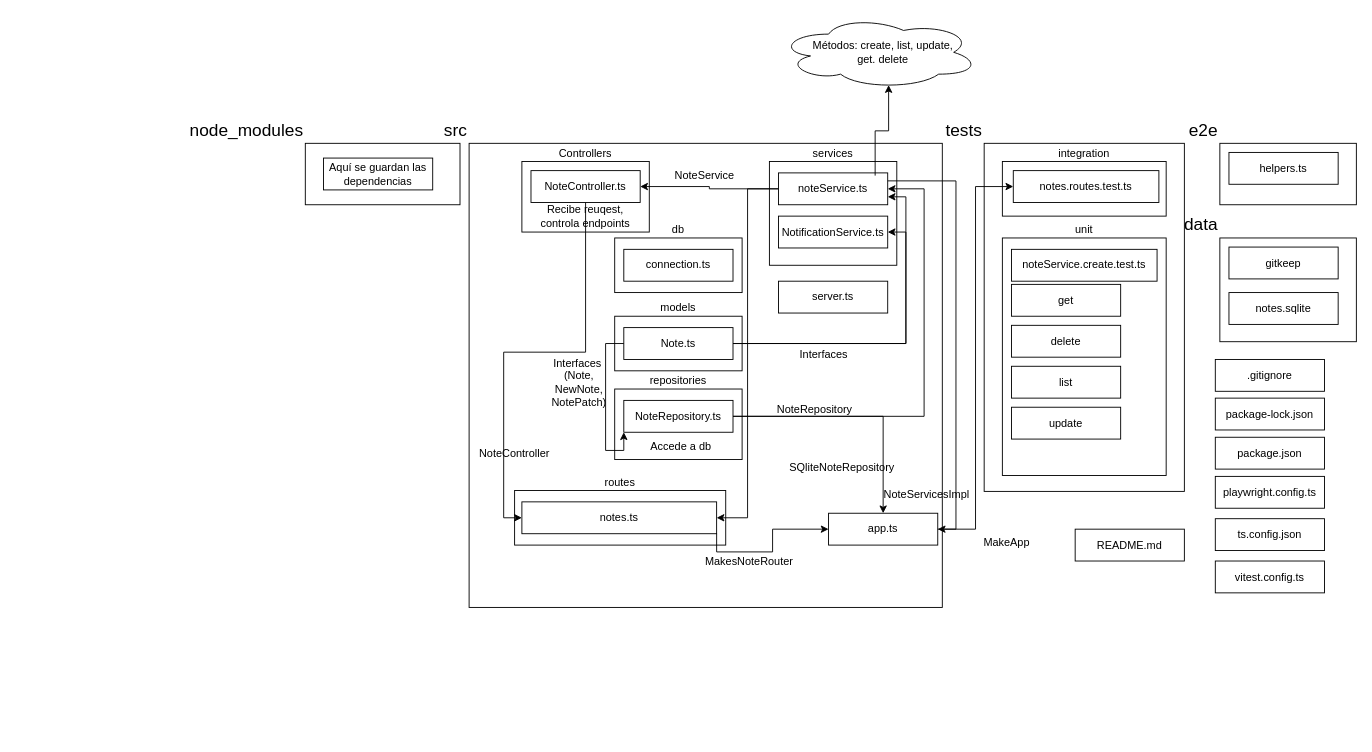
Above: TP2-ProgIV.drawio in Matiaslegon/diagramas-TUP (draw.io), before the change. Source tidied: cells renumbered, new cells numbered last; positions are measured from the earlier drawing's top-left corner, leaving out a move shared by most shapes. Both pictures are drawn from the tidied source at 91%, with x=0, y=0 at pixel (305, 15).
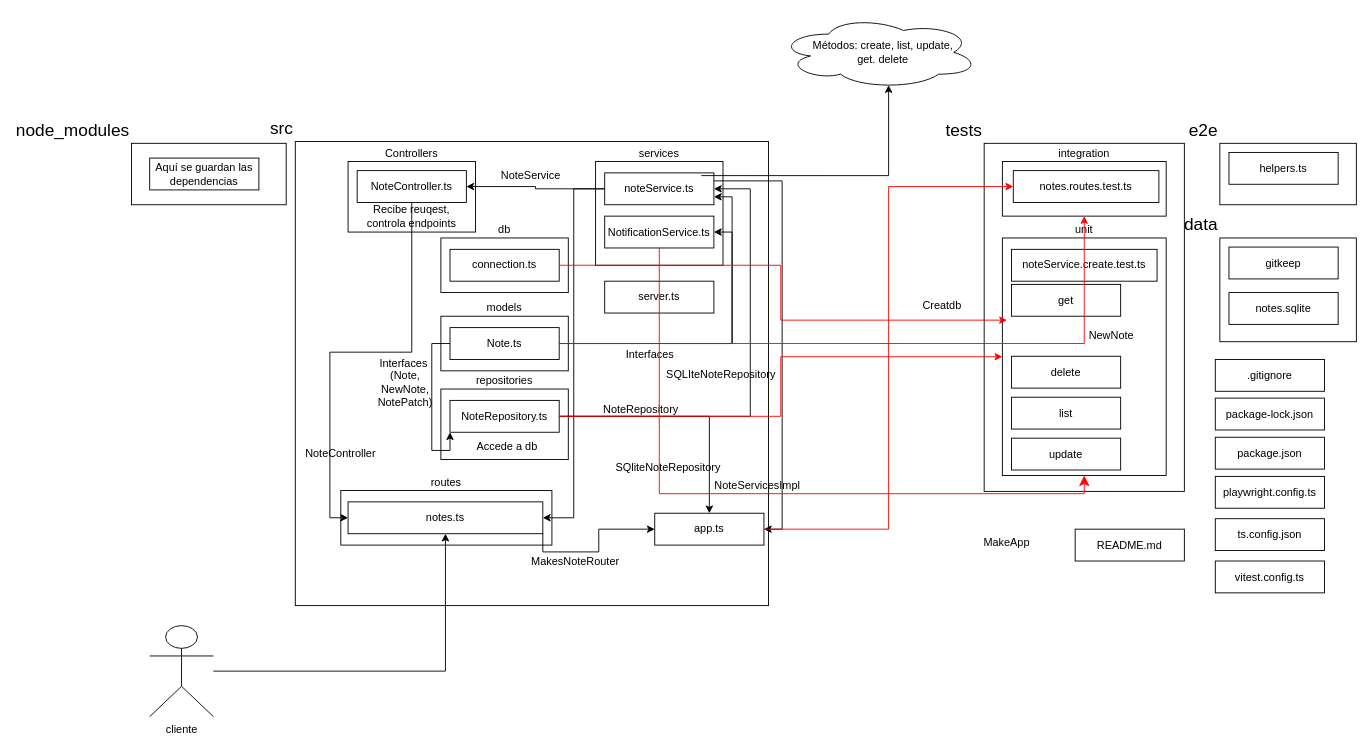
After the change.

The change refers to these unchanged cells:
```xml
<mxCell id="20" value="integration" style="rounded=0;whiteSpace=wrap;html=1;labelPosition=center;verticalLabelPosition=top;align=center;verticalAlign=bottom;" parent="1" vertex="1">
  <mxGeometry x="766" y="160" width="180" height="60" as="geometry" />
</mxCell>
<mxCell id="21" value="notes.routes.test.ts" style="rounded=0;whiteSpace=wrap;html=1;" parent="1" vertex="1">
  <mxGeometry x="778" y="170" width="160" height="35" as="geometry" />
</mxCell>
<mxCell id="22" value="unit" style="rounded=0;whiteSpace=wrap;html=1;labelPosition=center;verticalLabelPosition=top;align=center;verticalAlign=bottom;" parent="1" vertex="1">
  <mxGeometry x="766" y="244" width="180" height="261" as="geometry" />
</mxCell>
```

The edit, as a diff of the source:
```diff
@@
     <mxCell id="2" value="src" style="rounded=0;whiteSpace=wrap;html=1;align=right;labelPosition=left;verticalLabelPosition=top;verticalAlign=bottom;fontSize=19;" parent="1" vertex="1">
-      <mxGeometry x="180" y="140" width="520" height="510" as="geometry" />
+      <mxGeometry x="-11" y="138" width="520" height="510" as="geometry" />
     </mxCell>
     <mxCell id="3" value="Controllers" style="rounded=0;whiteSpace=wrap;html=1;labelPosition=center;verticalLabelPosition=top;align=center;verticalAlign=bottom;" parent="1" vertex="1">
-      <mxGeometry x="238" y="160" width="140" height="77.5" as="geometry" />
+      <mxGeometry x="47" y="160" width="140" height="77.5" as="geometry" />
     </mxCell>
     <mxCell id="4" value="NoteController.ts" style="rounded=0;whiteSpace=wrap;html=1;" parent="1" vertex="1">
-      <mxGeometry x="248" y="170" width="120" height="35" as="geometry" />
+      <mxGeometry x="57" y="170" width="120" height="35" as="geometry" />
     </mxCell>
     <mxCell id="5" value="db" style="rounded=0;whiteSpace=wrap;html=1;labelPosition=center;verticalLabelPosition=top;align=center;verticalAlign=bottom;" parent="1" vertex="1">
-      <mxGeometry x="340" y="244" width="140" height="60" as="geometry" />
+      <mxGeometry x="149" y="244" width="140" height="60" as="geometry" />
     </mxCell>
     <mxCell id="6" value="connection.ts" style="rounded=0;whiteSpace=wrap;html=1;" parent="1" vertex="1">
-      <mxGeometry x="350" y="256.5" width="120" height="35" as="geometry" />
+      <mxGeometry x="159" y="256.5" width="120" height="35" as="geometry" />
     </mxCell>
     <mxCell id="7" value="models" style="rounded=0;whiteSpace=wrap;html=1;labelPosition=center;verticalLabelPosition=top;align=center;verticalAlign=bottom;" parent="1" vertex="1">
-      <mxGeometry x="340" y="330" width="140" height="60" as="geometry" />
+      <mxGeometry x="149" y="330" width="140" height="60" as="geometry" />
     </mxCell>
     <mxCell id="8" value="Note.ts" style="rounded=0;whiteSpace=wrap;html=1;" parent="1" vertex="1">
-      <mxGeometry x="350" y="342.5" width="120" height="35" as="geometry" />
+      <mxGeometry x="159" y="342.5" width="120" height="35" as="geometry" />
     </mxCell>
     <mxCell id="9" value="repositories" style="rounded=0;whiteSpace=wrap;html=1;labelPosition=center;verticalLabelPosition=top;align=center;verticalAlign=bottom;" parent="1" vertex="1">
-      <mxGeometry x="340" y="410" width="140" height="77.5" as="geometry" />
+      <mxGeometry x="149" y="410" width="140" height="77.5" as="geometry" />
     </mxCell>
     <mxCell id="10" value="NoteRepository.ts" style="rounded=0;whiteSpace=wrap;html=1;" parent="1" vertex="1">
-      <mxGeometry x="350" y="422.5" width="120" height="35" as="geometry" />
+      <mxGeometry x="159" y="422.5" width="120" height="35" as="geometry" />
     </mxCell>
     <mxCell id="11" value="routes" style="rounded=0;whiteSpace=wrap;html=1;labelPosition=center;verticalLabelPosition=top;align=center;verticalAlign=bottom;" parent="1" vertex="1">
-      <mxGeometry x="230" y="521.5" width="232" height="60" as="geometry" />
+      <mxGeometry x="39" y="521.5" width="232" height="60" as="geometry" />
     </mxCell>
     <mxCell id="12" value="notes.ts" style="rounded=0;whiteSpace=wrap;html=1;" parent="1" vertex="1">
-      <mxGeometry x="238" y="534" width="214" height="35" as="geometry" />
+      <mxGeometry x="47" y="534" width="214" height="35" as="geometry" />
     </mxCell>
     <mxCell id="13" value="services" style="rounded=0;whiteSpace=wrap;html=1;labelPosition=center;verticalLabelPosition=top;align=center;verticalAlign=bottom;" parent="1" vertex="1">
-      <mxGeometry x="510" y="160" width="140" height="114" as="geometry" />
+      <mxGeometry x="319" y="160" width="140" height="114" as="geometry" />
     </mxCell>
@@
     <mxCell id="15" value="noteService.ts" style="rounded=0;whiteSpace=wrap;html=1;" parent="1" vertex="1">
-      <mxGeometry x="520" y="172.5" width="120" height="35" as="geometry" />
+      <mxGeometry x="329" y="172.5" width="120" height="35" as="geometry" />
     </mxCell>
     <mxCell id="16" value="NotificationService.ts" style="rounded=0;whiteSpace=wrap;html=1;" parent="1" vertex="1">
-      <mxGeometry x="520" y="220" width="120" height="35" as="geometry" />
+      <mxGeometry x="329" y="220" width="120" height="35" as="geometry" />
     </mxCell>
     <mxCell id="17" value="app.ts" style="rounded=0;whiteSpace=wrap;html=1;" parent="1" vertex="1">
-      <mxGeometry x="575" y="546.5" width="120" height="35" as="geometry" />
+      <mxGeometry x="384" y="546.5" width="120" height="35" as="geometry" />
     </mxCell>
     <mxCell id="18" value="server.ts" style="rounded=0;whiteSpace=wrap;html=1;" parent="1" vertex="1">
-      <mxGeometry x="520" y="291.5" width="120" height="35" as="geometry" />
+      <mxGeometry x="329" y="291.5" width="120" height="35" as="geometry" />
     </mxCell>
@@
     <mxCell id="24" value="update" style="rounded=0;whiteSpace=wrap;html=1;" parent="1" vertex="1">
-      <mxGeometry x="776" y="430" width="120" height="35" as="geometry" />
+      <mxGeometry x="776" y="464" width="120" height="35" as="geometry" />
     </mxCell>
     <mxCell id="25" value="list" style="rounded=0;whiteSpace=wrap;html=1;" parent="1" vertex="1">
-      <mxGeometry x="776" y="385" width="120" height="35" as="geometry" />
+      <mxGeometry x="776" y="419" width="120" height="35" as="geometry" />
     </mxCell>
     <mxCell id="26" value="delete" style="rounded=0;whiteSpace=wrap;html=1;" parent="1" vertex="1">
-      <mxGeometry x="776" y="340" width="120" height="35" as="geometry" />
+      <mxGeometry x="776" y="374" width="120" height="35" as="geometry" />
     </mxCell>
@@
     <mxCell id="40" value="node_modules" style="rounded=0;whiteSpace=wrap;html=1;align=right;labelPosition=left;verticalLabelPosition=top;verticalAlign=bottom;fontSize=19;" parent="1" vertex="1">
-      <mxGeometry y="140" width="170" height="67.5" as="geometry" />
+      <mxGeometry x="-191" y="140" width="170" height="67.5" as="geometry" />
     </mxCell>
     <mxCell id="41" value="Aquí se guardan las dependencias" style="rounded=0;whiteSpace=wrap;html=1;" parent="1" vertex="1">
-      <mxGeometry x="20" y="156.2" width="120" height="35" as="geometry" />
+      <mxGeometry x="-171" y="156.2" width="120" height="35" as="geometry" />
     </mxCell>
@@
     <mxCell id="45" value="NoteService" style="text;html=1;whiteSpace=wrap;strokeColor=none;fillColor=none;align=center;verticalAlign=middle;rounded=0;" parent="1" vertex="1">
-      <mxGeometry x="409" y="161.2" width="60" height="30" as="geometry" />
+      <mxGeometry x="218" y="161.2" width="60" height="30" as="geometry" />
     </mxCell>
@@
     <mxCell id="47" value="Recibe reuqest, controla endpoints" style="text;html=1;whiteSpace=wrap;strokeColor=none;fillColor=none;align=center;verticalAlign=middle;rounded=0;" parent="1" vertex="1">
-      <mxGeometry x="248" y="205" width="120" height="30" as="geometry" />
+      <mxGeometry x="57" y="205" width="120" height="30" as="geometry" />
     </mxCell>
     <mxCell id="48" value="Interfaces&amp;nbsp;&lt;div&gt;(Note, NewNote, NotePatch)&lt;/div&gt;" style="text;html=1;whiteSpace=wrap;strokeColor=none;fillColor=none;align=center;verticalAlign=middle;rounded=0;" parent="1" vertex="1">
-      <mxGeometry x="271" y="387.5" width="60" height="30" as="geometry" />
+      <mxGeometry x="80" y="387.5" width="60" height="30" as="geometry" />
     </mxCell>
     <mxCell id="49" value="Accede a db" style="text;html=1;whiteSpace=wrap;strokeColor=none;fillColor=none;align=center;verticalAlign=middle;rounded=0;" parent="1" vertex="1">
-      <mxGeometry x="368" y="457.5" width="90" height="30" as="geometry" />
+      <mxGeometry x="177" y="457.5" width="90" height="30" as="geometry" />
     </mxCell>
     <mxCell id="50" value="NoteController" style="text;html=1;whiteSpace=wrap;strokeColor=none;fillColor=none;align=center;verticalAlign=middle;rounded=0;" parent="1" vertex="1">
-      <mxGeometry x="200" y="465.5" width="60" height="30" as="geometry" />
+      <mxGeometry x="9" y="465.5" width="60" height="30" as="geometry" />
     </mxCell>
@@
     <mxCell id="52" style="edgeStyle=orthogonalEdgeStyle;rounded=0;jettySize=auto;html=1;entryX=1;entryY=0.5;entryDx=0;entryDy=0;" parent="1" edge="1" source="10" target="15">
       <mxGeometry relative="1" as="geometry">
         <Array as="points">
-          <mxPoint x="680" y="440" />
-          <mxPoint x="680" y="190" />
+          <mxPoint x="489" y="440" />
+          <mxPoint x="489" y="190" />
         </Array>
       </mxGeometry>
     </mxCell>
     <mxCell id="53" value="NoteRepository" style="text;html=1;whiteSpace=wrap;strokeColor=none;fillColor=none;align=center;verticalAlign=middle;rounded=0;" parent="1" vertex="1">
-      <mxGeometry x="530" y="417.5" width="60" height="30" as="geometry" />
+      <mxGeometry x="339" y="417.5" width="60" height="30" as="geometry" />
     </mxCell>
     <mxCell id="54" value="Interfaces" style="text;html=1;whiteSpace=wrap;strokeColor=none;fillColor=none;align=center;verticalAlign=middle;rounded=0;" parent="1" vertex="1">
-      <mxGeometry x="540" y="357" width="60" height="30" as="geometry" />
+      <mxGeometry x="349" y="357" width="60" height="30" as="geometry" />
     </mxCell>
@@
     <mxCell id="60" value="MakesNoteRouter" style="text;html=1;whiteSpace=wrap;strokeColor=none;fillColor=none;align=center;verticalAlign=middle;rounded=0;" parent="1" vertex="1">
-      <mxGeometry x="458" y="585" width="60" height="30" as="geometry" />
+      <mxGeometry x="267" y="585" width="60" height="30" as="geometry" />
     </mxCell>
@@
     <mxCell id="62" value="NoteServicesImpl" style="text;html=1;whiteSpace=wrap;strokeColor=none;fillColor=none;align=center;verticalAlign=middle;rounded=0;" parent="1" vertex="1">
-      <mxGeometry x="653" y="511" width="60" height="30" as="geometry" />
+      <mxGeometry x="467" y="501" width="60" height="30" as="geometry" />
     </mxCell>
     <mxCell id="63" value="SQliteNoteRepository" style="text;html=1;whiteSpace=wrap;strokeColor=none;fillColor=none;align=center;verticalAlign=middle;rounded=0;" parent="1" vertex="1">
-      <mxGeometry x="560" y="482" width="60" height="30" as="geometry" />
+      <mxGeometry x="369" y="482" width="60" height="30" as="geometry" />
     </mxCell>
-    <mxCell id="64" style="edgeStyle=orthogonalEdgeStyle;rounded=0;jettySize=auto;html=1;entryX=0;entryY=0.5;entryDx=0;entryDy=0;" parent="1" edge="1" source="17" target="21">
+    <mxCell id="64" style="edgeStyle=orthogonalEdgeStyle;rounded=0;jettySize=auto;html=1;entryX=0;entryY=0.5;entryDx=0;entryDy=0;strokeColor=#FF0000;" parent="1" edge="1" source="17" target="21">
       <mxGeometry relative="1" as="geometry" />
     </mxCell>
@@
+    <mxCell id="66" style="edgeStyle=orthogonalEdgeStyle;rounded=0;jettySize=auto;html=1;strokeColor=#FF0000;" parent="1" edge="1" source="8" target="20">
+      <mxGeometry relative="1" as="geometry" />
+    </mxCell>
+    <mxCell id="67" value="NewNote" style="text;html=1;whiteSpace=wrap;strokeColor=none;fillColor=none;align=center;verticalAlign=middle;rounded=0;" parent="1" vertex="1">
+      <mxGeometry x="856" y="337" width="60" height="30" as="geometry" />
+    </mxCell>
+    <mxCell id="68" style="edgeStyle=orthogonalEdgeStyle;rounded=0;jettySize=auto;html=1;entryX=0.5;entryY=1;entryDx=0;entryDy=0;exitX=0.5;exitY=1;exitDx=0;exitDy=0;fillColor=#f8cecc;strokeColor=#FF0000;startSize=10;endSize=9;" parent="1" edge="1" source="16" target="22">
+      <mxGeometry relative="1" as="geometry" />
+    </mxCell>
+    <mxCell id="69" style="edgeStyle=orthogonalEdgeStyle;rounded=0;jettySize=auto;html=1;strokeColor=#FF0000;" parent="1" edge="1" source="10" target="22">
+      <mxGeometry relative="1" as="geometry" />
+    </mxCell>
+    <mxCell id="70" value="SQLIteNoteRepository" style="text;html=1;whiteSpace=wrap;strokeColor=none;fillColor=none;align=center;verticalAlign=middle;rounded=0;" parent="1" vertex="1">
+      <mxGeometry x="427" y="379" width="60" height="30" as="geometry" />
+    </mxCell>
+    <mxCell id="71" style="edgeStyle=orthogonalEdgeStyle;rounded=0;jettySize=auto;html=1;entryX=0.028;entryY=0.346;entryDx=0;entryDy=0;entryPerimeter=0;strokeColor=#FF0000;" parent="1" edge="1" source="6" target="22">
+      <mxGeometry relative="1" as="geometry" />
+    </mxCell>
+    <mxCell id="72" value="Creatdb" style="text;html=1;whiteSpace=wrap;strokeColor=none;fillColor=none;align=center;verticalAlign=middle;rounded=0;" parent="1" vertex="1">
+      <mxGeometry x="670" y="304" width="60" height="30" as="geometry" />
+    </mxCell>
+    <mxCell id="73" style="edgeStyle=orthogonalEdgeStyle;rounded=0;jettySize=auto;html=1;entryX=0.5;entryY=1;entryDx=0;entryDy=0;" parent="1" edge="1" source="74" target="12">
+      <mxGeometry relative="1" as="geometry" />
+    </mxCell>
+    <mxCell id="74" value="cliente" style="shape=umlActor;verticalLabelPosition=bottom;verticalAlign=top;html=1;outlineConnect=0;" parent="1" vertex="1">
+      <mxGeometry x="-171" y="670" width="70" height="100" as="geometry" />
+    </mxCell>
```
